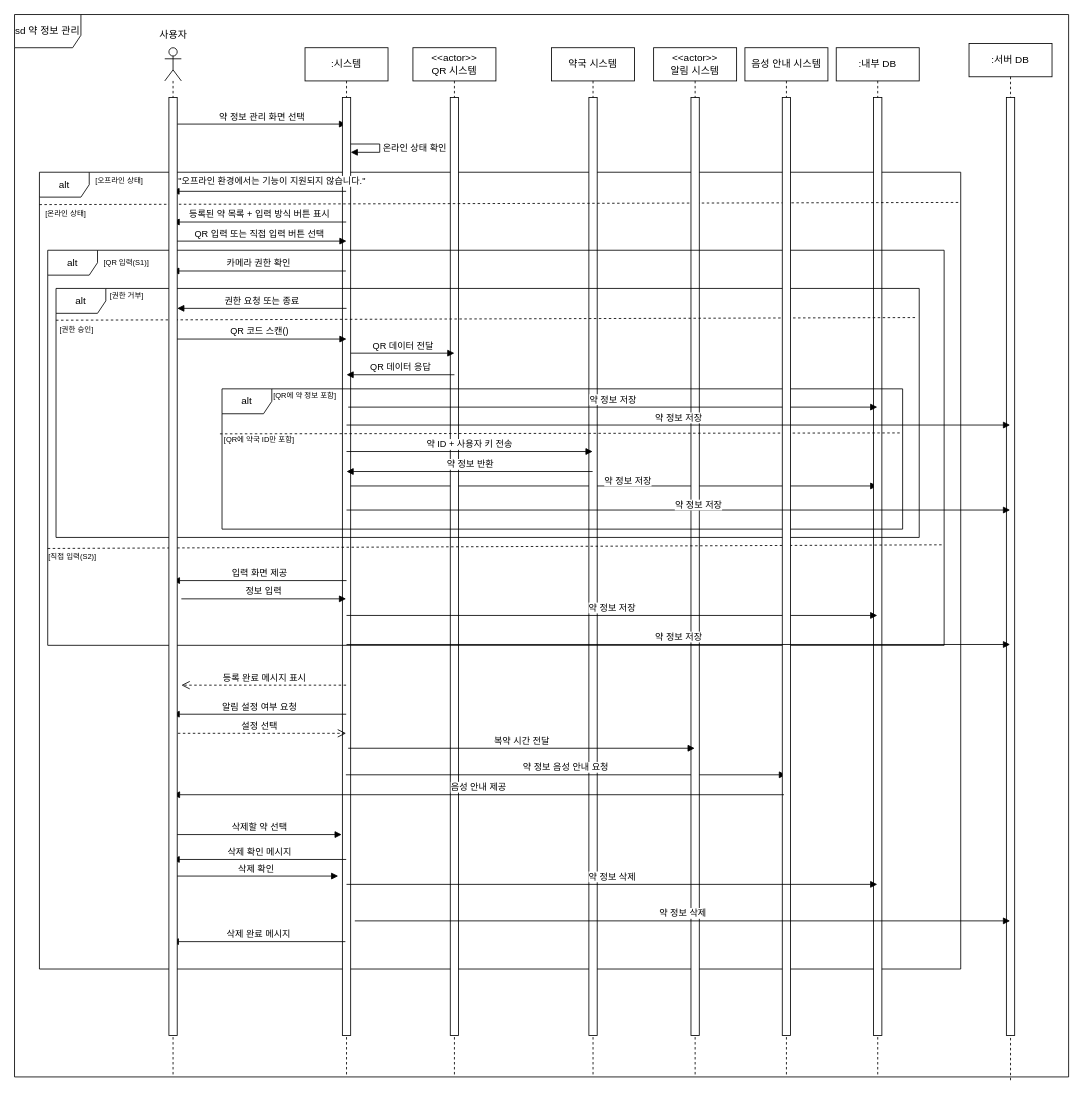
This is page "sd 약 정보 관리" (6 of 8) of sd.drawio from wnthsk/sejujun, a draw.io file, before an edit. Source tidied: cells renumbered, new cells numbered last; positions are measured from the earlier drawing's top-left corner, leaving out a move shared by most shapes. Both pictures are drawn from the tidied source at 83%, with x=0, y=0 at pixel (14, 14).
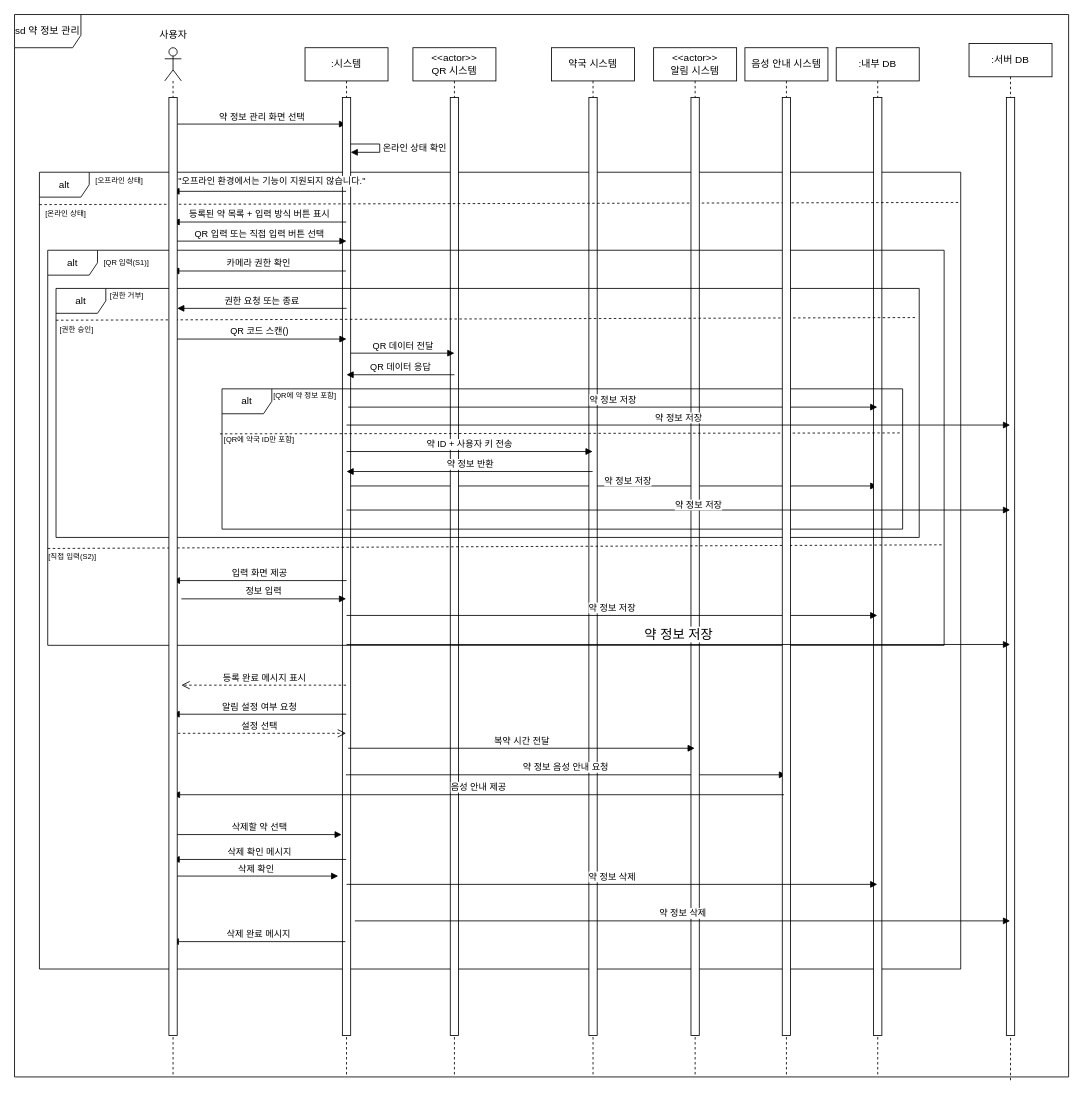
After the change.

The change refers to these unchanged cells:
```xml
<mxCell id="61" value=":서버 DB" style="shape=umlLifeline;perimeter=lifelinePerimeter;whiteSpace=wrap;html=1;outlineConnect=0;portConstraint=eastwest;newEdgeStyle={&quot;curved&quot;:0,&quot;rounded&quot;:0};" parent="1" vertex="1">
  <mxGeometry x="1150" y="35" width="100" height="1250" as="geometry" />
</mxCell>
```

Change to the diagram source:
```diff
@@
-    <mxCell id="64" value="약 정보 저장" style="html=1;verticalAlign=bottom;endArrow=block;curved=0;rounded=0;align=center;" parent="1" edge="1" target="61">
+    <mxCell id="64" value="&lt;font style=&quot;font-size: 16px;&quot;&gt;약 정보 저장&lt;/font&gt;" style="html=1;verticalAlign=bottom;endArrow=block;curved=0;rounded=0;align=center;" parent="1" edge="1" target="61">
       <mxGeometry relative="1" as="geometry">
         <mxPoint x="400" y="759" as="sourcePoint" />
       </mxGeometry>
     </mxCell>
```
